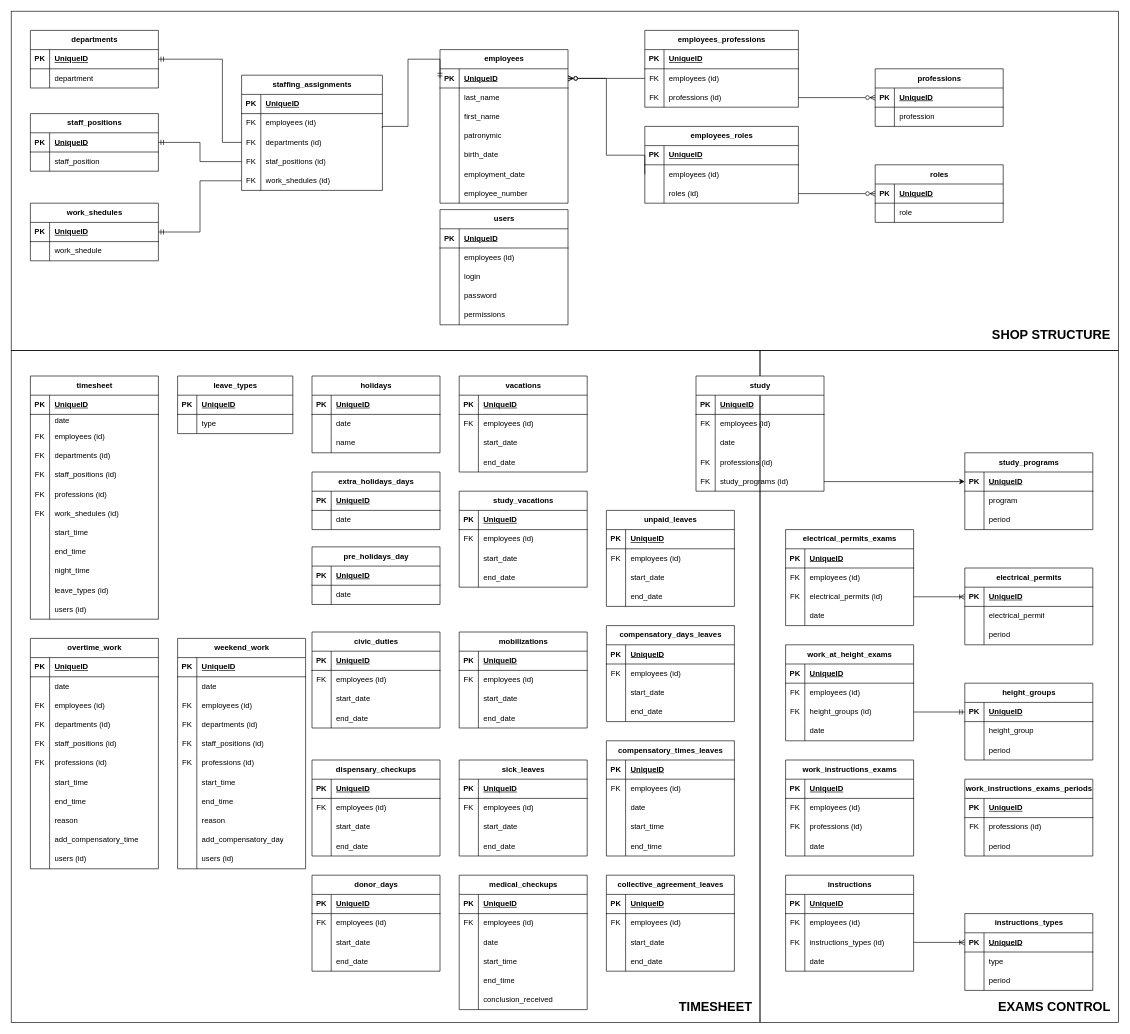
This is Database_diagrams.drawio from DRUsmanov/the_system_project, a draw.io file, before an edit. Source tidied: cells renumbered, new cells numbered last; positions are measured from the earlier drawing's top-left corner, leaving out a move shared by most shapes. Both pictures are drawn from the tidied source at 64%, with x=0, y=0 at pixel (11, 11).
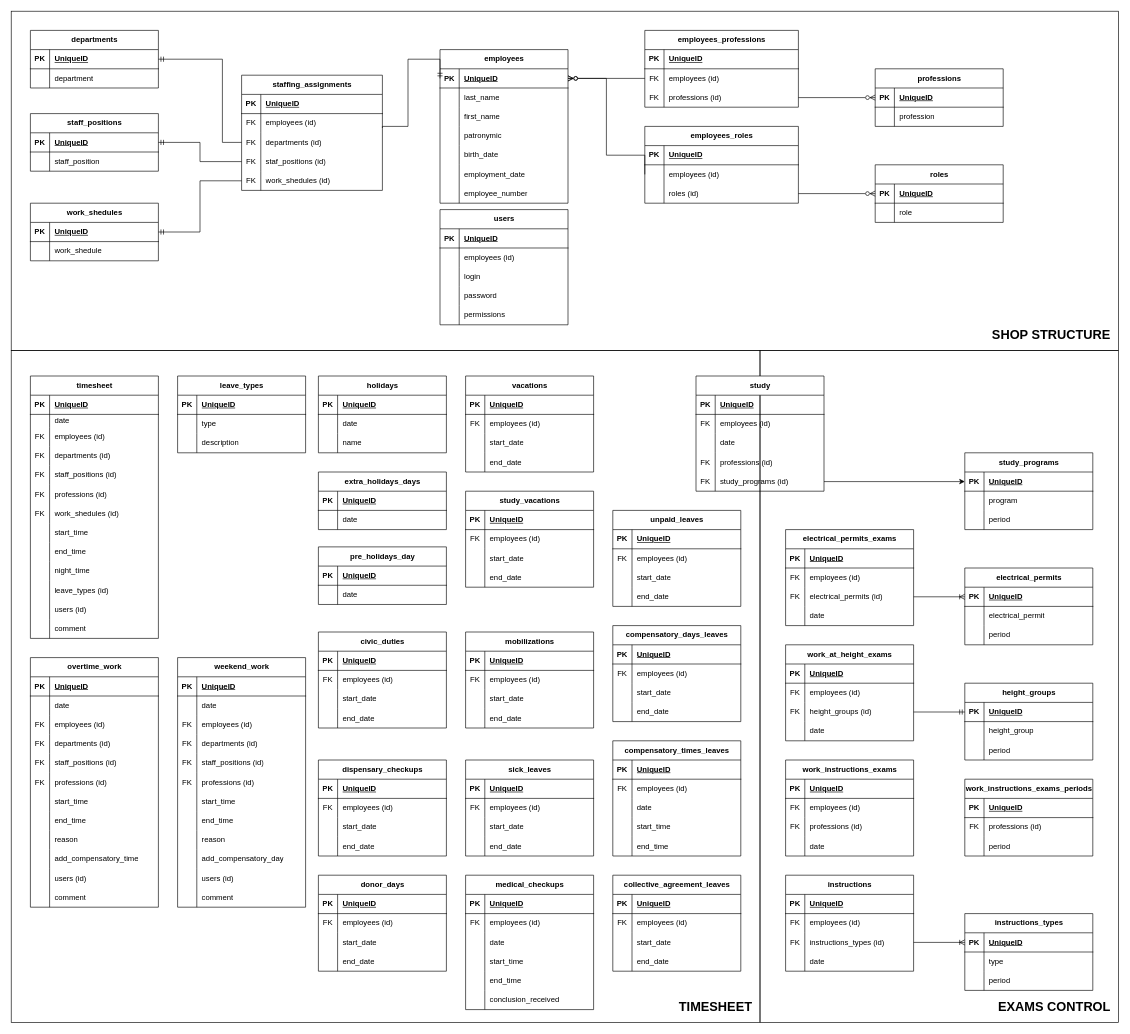
After the change.

Commit message (it also covers changes not shown here):
Update database_diagrams v.1.0

What changed in the source:
```diff
@@
     <mxCell id="27" value="holidays" style="shape=table;startSize=30;childLayout=tableLayout;rowLines=0;fontStyle=1;align=center;html=1;" parent="1" vertex="1">
-      <mxGeometry x="470" y="570" width="200" height="120" as="geometry" />
+      <mxGeometry x="480" y="570" width="200" height="120" as="geometry" />
     </mxCell>
@@
     <mxCell id="51" value="vacations" style="shape=table;startSize=30;childLayout=tableLayout;rowLines=0;fontStyle=1;align=center;html=1;" parent="1" vertex="1">
-      <mxGeometry x="700" y="570" width="200" height="150" as="geometry" />
+      <mxGeometry x="710" y="570" width="200" height="150" as="geometry" />
     </mxCell>
@@
     <mxCell id="64" value="timesheet" style="shape=table;startSize=30;childLayout=tableLayout;rowLines=0;fontStyle=1;align=center;html=1;" parent="1" vertex="1">
-      <mxGeometry x="30" y="570" width="200" height="380" as="geometry" />
+      <mxGeometry x="30" y="570" width="200" height="410" as="geometry" />
     </mxCell>
@@
+    <mxCell id="548" style="shape=tableRow;horizontal=0;startSize=0;swimlaneHead=0;swimlaneBody=0;fillColor=none;top=0;left=0;right=0;bottom=0;" parent="64" vertex="1">
+      <mxGeometry y="380" width="200" height="30" as="geometry" />
+    </mxCell>
+    <mxCell id="549" style="shape=partialRectangle;fillColor=none;top=0;left=0;bottom=0;right=0;overflow=hidden;whiteSpace=wrap;html=1;" parent="548" vertex="1">
+      <mxGeometry width="30" height="30" as="geometry" />
+    </mxCell>
+    <mxCell id="550" value="comment" style="shape=partialRectangle;fillColor=none;top=0;left=0;bottom=0;right=0;align=left;spacingLeft=6;overflow=hidden;whiteSpace=wrap;html=1;" parent="548" vertex="1">
+      <mxGeometry x="30" width="170" height="30" as="geometry" />
+    </mxCell>
     <mxCell id="101" value="medical_checkups" style="shape=table;startSize=30;childLayout=tableLayout;rowLines=0;fontStyle=1;align=center;html=1;" parent="1" vertex="1">
-      <mxGeometry x="700" y="1350" width="200" height="210" as="geometry" />
+      <mxGeometry x="710" y="1350" width="200" height="210" as="geometry" />
     </mxCell>
@@
     <mxCell id="130" value="overtime_work" style="shape=table;startSize=30;childLayout=tableLayout;rowLines=0;fontStyle=1;align=center;html=1;" parent="1" vertex="1">
-      <mxGeometry x="30" y="980" width="200" height="360" as="geometry" />
+      <mxGeometry x="30" y="1010" width="200" height="390" as="geometry" />
     </mxCell>
@@
+    <mxCell id="551" style="shape=tableRow;horizontal=0;startSize=0;swimlaneHead=0;swimlaneBody=0;fillColor=none;top=0;left=0;right=0;bottom=0;" parent="130" vertex="1">
+      <mxGeometry y="360" width="200" height="30" as="geometry" />
+    </mxCell>
+    <mxCell id="552" style="shape=partialRectangle;fillColor=none;top=0;left=0;bottom=0;right=0;overflow=hidden;whiteSpace=wrap;html=1;" parent="551" vertex="1">
+      <mxGeometry width="30" height="30" as="geometry" />
+    </mxCell>
+    <mxCell id="553" value="comment" style="shape=partialRectangle;fillColor=none;top=0;left=0;bottom=0;right=0;align=left;spacingLeft=6;overflow=hidden;whiteSpace=wrap;html=1;" parent="551" vertex="1">
+      <mxGeometry x="30" width="170" height="30" as="geometry" />
+    </mxCell>
     <mxCell id="164" value="weekend_work" style="shape=table;startSize=30;childLayout=tableLayout;rowLines=0;fontStyle=1;align=center;html=1;" parent="1" vertex="1">
-      <mxGeometry x="260" y="980" width="200" height="360" as="geometry" />
+      <mxGeometry x="260" y="1010" width="200" height="390" as="geometry" />
     </mxCell>
@@
+    <mxCell id="554" style="shape=tableRow;horizontal=0;startSize=0;swimlaneHead=0;swimlaneBody=0;fillColor=none;top=0;left=0;right=0;bottom=0;" parent="164" vertex="1">
+      <mxGeometry y="360" width="200" height="30" as="geometry" />
+    </mxCell>
+    <mxCell id="555" style="shape=partialRectangle;fillColor=none;top=0;left=0;bottom=0;right=0;overflow=hidden;whiteSpace=wrap;html=1;" parent="554" vertex="1">
+      <mxGeometry width="30" height="30" as="geometry" />
+    </mxCell>
+    <mxCell id="556" value="comment" style="shape=partialRectangle;fillColor=none;top=0;left=0;bottom=0;right=0;align=left;spacingLeft=6;overflow=hidden;whiteSpace=wrap;html=1;" parent="554" vertex="1">
+      <mxGeometry x="30" width="170" height="30" as="geometry" />
+    </mxCell>
@@
     <mxCell id="210" value="sick_leaves" style="shape=table;startSize=30;childLayout=tableLayout;rowLines=0;fontStyle=1;align=center;html=1;" parent="1" vertex="1">
-      <mxGeometry x="700" y="1170" width="200" height="150" as="geometry" />
+      <mxGeometry x="710" y="1170" width="200" height="150" as="geometry" />
     </mxCell>
@@
     <mxCell id="223" value="study_vacations" style="shape=table;startSize=30;childLayout=tableLayout;rowLines=0;fontStyle=1;align=center;html=1;" parent="1" vertex="1">
-      <mxGeometry x="700" y="750" width="200" height="150" as="geometry" />
+      <mxGeometry x="710" y="750" width="200" height="150" as="geometry" />
     </mxCell>
@@
     <mxCell id="236" value="unpaid_leaves" style="shape=table;startSize=30;childLayout=tableLayout;rowLines=0;fontStyle=1;align=center;html=1;" parent="1" vertex="1">
-      <mxGeometry x="930" y="780" width="200" height="150" as="geometry" />
+      <mxGeometry x="940" y="780" width="200" height="150" as="geometry" />
     </mxCell>
@@
     <mxCell id="249" value="compensatory_days_leaves" style="shape=table;startSize=30;childLayout=tableLayout;rowLines=0;fontStyle=1;align=center;html=1;" parent="1" vertex="1">
-      <mxGeometry x="930" y="960" width="200" height="150" as="geometry" />
+      <mxGeometry x="940" y="960" width="200" height="150" as="geometry" />
     </mxCell>
@@
     <mxCell id="262" value="compensatory_times_leaves" style="shape=table;startSize=30;childLayout=tableLayout;rowLines=0;fontStyle=1;align=center;html=1;" parent="1" vertex="1">
-      <mxGeometry x="930" y="1140" width="200" height="180" as="geometry" />
+      <mxGeometry x="940" y="1140" width="200" height="180" as="geometry" />
     </mxCell>
@@
     <mxCell id="278" value="donor_days" style="shape=table;startSize=30;childLayout=tableLayout;rowLines=0;fontStyle=1;align=center;html=1;" parent="1" vertex="1">
-      <mxGeometry x="470" y="1350" width="200" height="150" as="geometry" />
+      <mxGeometry x="480" y="1350" width="200" height="150" as="geometry" />
     </mxCell>
@@
     <mxCell id="291" value="collective_agreement_leaves" style="shape=table;startSize=30;childLayout=tableLayout;rowLines=0;fontStyle=1;align=center;html=1;" parent="1" vertex="1">
-      <mxGeometry x="930" y="1350" width="200" height="150" as="geometry" />
+      <mxGeometry x="940" y="1350" width="200" height="150" as="geometry" />
     </mxCell>
@@
     <mxCell id="304" value="dispensary_checkups" style="shape=table;startSize=30;childLayout=tableLayout;rowLines=0;fontStyle=1;align=center;html=1;" parent="1" vertex="1">
-      <mxGeometry x="470" y="1170" width="200" height="150" as="geometry" />
+      <mxGeometry x="480" y="1170" width="200" height="150" as="geometry" />
     </mxCell>
@@
     <mxCell id="317" value="mobilizations" style="shape=table;startSize=30;childLayout=tableLayout;rowLines=0;fontStyle=1;align=center;html=1;" parent="1" vertex="1">
-      <mxGeometry x="700" y="970" width="200" height="150" as="geometry" />
+      <mxGeometry x="710" y="970" width="200" height="150" as="geometry" />
     </mxCell>
@@
     <mxCell id="330" value="civic_duties" style="shape=table;startSize=30;childLayout=tableLayout;rowLines=0;fontStyle=1;align=center;html=1;" parent="1" vertex="1">
-      <mxGeometry x="470" y="970" width="200" height="150" as="geometry" />
+      <mxGeometry x="480" y="970" width="200" height="150" as="geometry" />
     </mxCell>
@@
     <mxCell id="484" value="extra_holidays_days" style="shape=table;startSize=30;childLayout=tableLayout;rowLines=0;fontStyle=1;align=center;html=1;" parent="1" vertex="1">
-      <mxGeometry x="470" y="720" width="200" height="90" as="geometry" />
+      <mxGeometry x="480" y="720" width="200" height="90" as="geometry" />
     </mxCell>
@@
     <mxCell id="491" value="pre_holidays_day" style="shape=table;startSize=30;childLayout=tableLayout;rowLines=0;fontStyle=1;align=center;html=1;" parent="1" vertex="1">
-      <mxGeometry x="470" y="837" width="200" height="90" as="geometry" />
+      <mxGeometry x="480" y="837" width="200" height="90" as="geometry" />
     </mxCell>
@@
     <mxCell id="509" value="leave_types" style="shape=table;startSize=30;childLayout=tableLayout;rowLines=0;fontStyle=1;align=center;html=1;" parent="1" vertex="1">
-      <mxGeometry x="260" y="570" width="180" height="90" as="geometry" />
+      <mxGeometry x="260" y="570" width="200" height="120" as="geometry" />
     </mxCell>
     <mxCell id="510" style="shape=tableRow;horizontal=0;startSize=0;swimlaneHead=0;swimlaneBody=0;fillColor=none;top=0;left=0;right=0;bottom=1;" parent="509" vertex="1">
-      <mxGeometry y="30" width="180" height="30" as="geometry" />
+      <mxGeometry y="30" width="200" height="30" as="geometry" />
     </mxCell>
@@
     <mxCell id="512" value="UniqueID" style="shape=partialRectangle;fillColor=none;top=0;left=0;bottom=0;right=0;align=left;spacingLeft=6;fontStyle=5;overflow=hidden;whiteSpace=wrap;html=1;" parent="510" vertex="1">
-      <mxGeometry x="30" width="150" height="30" as="geometry" />
+      <mxGeometry x="30" width="170" height="30" as="geometry" />
     </mxCell>
     <mxCell id="513" style="shape=tableRow;horizontal=0;startSize=0;swimlaneHead=0;swimlaneBody=0;fillColor=none;top=0;left=0;right=0;bottom=0;" parent="509" vertex="1">
-      <mxGeometry y="60" width="180" height="30" as="geometry" />
+      <mxGeometry y="60" width="200" height="30" as="geometry" />
     </mxCell>
@@
     <mxCell id="515" value="type" style="shape=partialRectangle;fillColor=none;top=0;left=0;bottom=0;right=0;align=left;spacingLeft=6;overflow=hidden;whiteSpace=wrap;html=1;" parent="513" vertex="1">
-      <mxGeometry x="30" width="150" height="30" as="geometry" />
+      <mxGeometry x="30" width="170" height="30" as="geometry" />
     </mxCell>
+    <mxCell id="557" style="shape=tableRow;horizontal=0;startSize=0;swimlaneHead=0;swimlaneBody=0;fillColor=none;top=0;left=0;right=0;bottom=0;" parent="509" vertex="1">
+      <mxGeometry y="90" width="200" height="30" as="geometry" />
+    </mxCell>
+    <mxCell id="558" style="shape=partialRectangle;fillColor=none;top=0;left=0;bottom=0;right=0;overflow=hidden;whiteSpace=wrap;html=1;" parent="557" vertex="1">
+      <mxGeometry width="30" height="30" as="geometry" />
+    </mxCell>
+    <mxCell id="559" value="description" style="shape=partialRectangle;fillColor=none;top=0;left=0;bottom=0;right=0;align=left;spacingLeft=6;overflow=hidden;whiteSpace=wrap;html=1;" parent="557" vertex="1">
+      <mxGeometry x="30" width="170" height="30" as="geometry" />
+    </mxCell>
```
